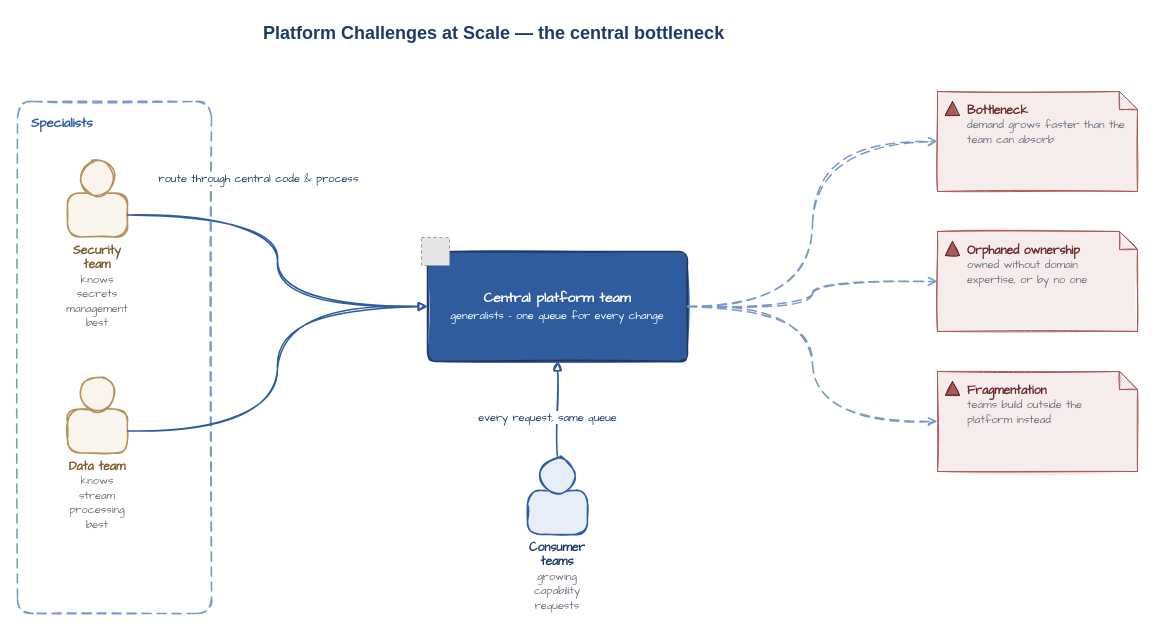
Earlier version of the draw.io diagram page "Platform Challenges at Scale — the central bottleneck" (1 of 14) of diagrams/pcf-community-draft.drawio (missBerg/platform-capabilities). Source tidied: cells renumbered, new cells numbered last; positions are measured from the earlier drawing's top-left corner, leaving out a move shared by most shapes. Both pictures are drawn from the tidied source at 100%, with x=0, y=0 at pixel (17, 17). Pictures stored in the file or linked from it are replaced by grey dashed boxes.
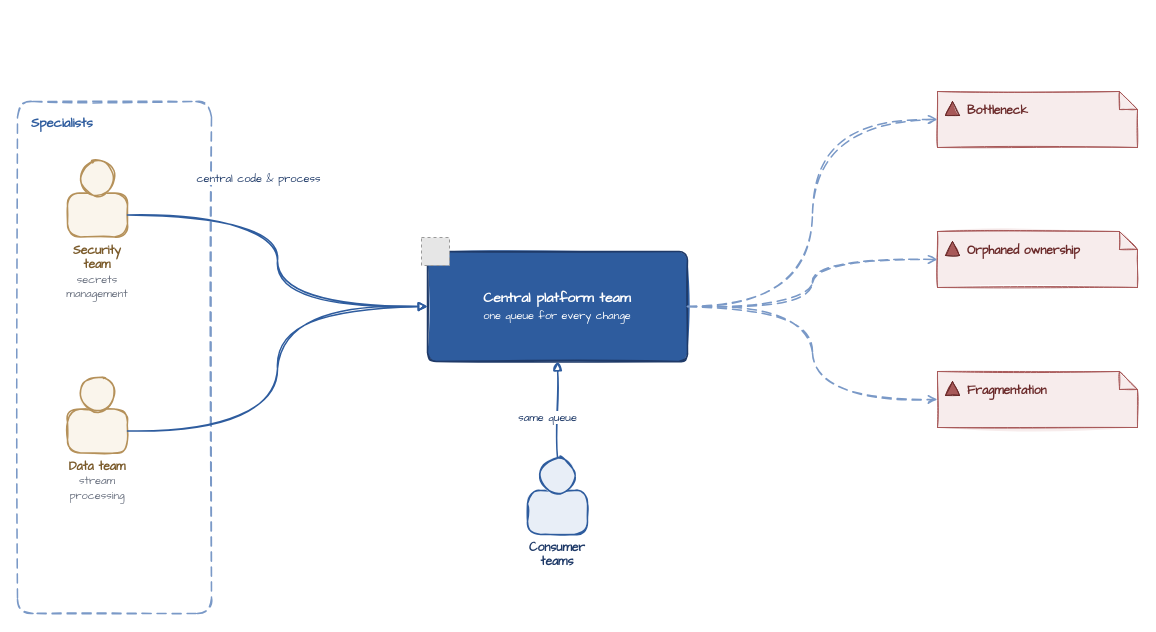
Above is the later version.

What changed in the source:
```diff
@@
-    <mxCell id="2" value="Platform Challenges at Scale — the central bottleneck" style="text;html=1;align=left;verticalAlign=middle;whiteSpace=wrap;rounded=0;fontColor=#1F3A68;fontFamily=Helvetica;fontSize=18;fontStyle=1;spacingLeft=4;" parent="1" vertex="1">
-      <mxGeometry x="240" width="580" height="32" as="geometry" />
-    </mxCell>
@@
-    <mxCell id="4" value="&lt;b&gt;Security team&lt;/b&gt;&lt;br&gt;&lt;font style=&quot;font-size: 11px&quot; color=&quot;#6B7280&quot;&gt;knows secrets management best&lt;/font&gt;" style="rounded=1;whiteSpace=wrap;html=1;arcSize=30;fillColor=#FAF5EC;strokeColor=#B5915A;strokeWidth=1.5;fontColor=#7A5A2A;fontFamily=Comic Sans MS;fontSize=12;verticalLabelPosition=bottom;verticalAlign=top;labelPosition=center;align=center;shadow=0;sketch=1;fillStyle=solid;" parent="1" vertex="1">
+    <mxCell id="4" value="&lt;b&gt;Security team&lt;/b&gt;&lt;br&gt;&lt;font style=&quot;font-size: 11px&quot; color=&quot;#6B7280&quot;&gt;secrets management&lt;/font&gt;" style="rounded=1;whiteSpace=wrap;html=1;arcSize=30;fillColor=#FAF5EC;strokeColor=#B5915A;strokeWidth=1.5;fontColor=#7A5A2A;fontFamily=Comic Sans MS;fontSize=12;verticalLabelPosition=bottom;verticalAlign=top;labelPosition=center;align=center;shadow=0;sketch=1;fillStyle=solid;" parent="1" vertex="1">
       <mxGeometry x="50" y="175.5" width="60" height="44" as="geometry" />
     </mxCell>
@@
-    <mxCell id="6" value="&lt;b&gt;Data team&lt;/b&gt;&lt;br&gt;&lt;font style=&quot;font-size: 11px&quot; color=&quot;#6B7280&quot;&gt;knows stream processing best&lt;/font&gt;" style="rounded=1;whiteSpace=wrap;html=1;arcSize=30;fillColor=#FAF5EC;strokeColor=#B5915A;strokeWidth=1.5;fontColor=#7A5A2A;fontFamily=Comic Sans MS;fontSize=12;verticalLabelPosition=bottom;verticalAlign=top;labelPosition=center;align=center;shadow=0;sketch=1;fillStyle=solid;" parent="1" vertex="1">
+    <mxCell id="6" value="&lt;b&gt;Data team&lt;/b&gt;&lt;br&gt;&lt;font style=&quot;font-size: 11px&quot; color=&quot;#6B7280&quot;&gt;stream processing&lt;/font&gt;" style="rounded=1;whiteSpace=wrap;html=1;arcSize=30;fillColor=#FAF5EC;strokeColor=#B5915A;strokeWidth=1.5;fontColor=#7A5A2A;fontFamily=Comic Sans MS;fontSize=12;verticalLabelPosition=bottom;verticalAlign=top;labelPosition=center;align=center;shadow=0;sketch=1;fillStyle=solid;" parent="1" vertex="1">
       <mxGeometry x="50" y="391.5" width="60" height="44" as="geometry" />
     </mxCell>
@@
-    <mxCell id="8" value="&lt;b&gt;Consumer teams&lt;/b&gt;&lt;br&gt;&lt;font style=&quot;font-size: 11px&quot; color=&quot;#6B7280&quot;&gt;growing capability requests&lt;/font&gt;" style="rounded=1;whiteSpace=wrap;html=1;arcSize=30;fillColor=#E8EEF7;strokeColor=#2E5C9E;strokeWidth=1.5;fontColor=#1F3A68;fontFamily=Comic Sans MS;fontSize=12;verticalLabelPosition=bottom;verticalAlign=top;labelPosition=center;align=center;shadow=0;sketch=1;fillStyle=solid;" parent="1" vertex="1">
+    <mxCell id="8" value="&lt;b&gt;Consumer teams&lt;/b&gt;" style="rounded=1;whiteSpace=wrap;html=1;arcSize=30;fillColor=#E8EEF7;strokeColor=#2E5C9E;strokeWidth=1.5;fontColor=#1F3A68;fontFamily=Comic Sans MS;fontSize=12;verticalLabelPosition=bottom;verticalAlign=top;labelPosition=center;align=center;shadow=0;sketch=1;fillStyle=solid;" parent="1" vertex="1">
       <mxGeometry x="510" y="473" width="60" height="44" as="geometry" />
     </mxCell>
@@
-    <mxCell id="10" value="&lt;font style=&quot;color: rgb(255, 255, 255);&quot;&gt;&lt;b&gt;Central platform team&lt;/b&gt;&lt;br&gt;&lt;font style=&quot;font-size: 11px;&quot;&gt;generalists - one queue for every change&lt;/font&gt;&lt;/font&gt;" style="rounded=1;whiteSpace=wrap;html=1;arcSize=8;fillColor=#2E5C9E;strokeColor=#1F3A68;strokeWidth=1.5;fontColor=#FFFFFF;fontFamily=Comic Sans MS;fontSize=14;align=center;verticalAlign=middle;shadow=0;sketch=1;fillStyle=solid;" parent="1" vertex="1">
+    <mxCell id="10" value="&lt;font style=&quot;color: rgb(255, 255, 255);&quot;&gt;&lt;b&gt;Central platform team&lt;/b&gt;&lt;br&gt;&lt;font style=&quot;font-size: 11px;&quot;&gt;one queue for every change&lt;/font&gt;" style="rounded=1;whiteSpace=wrap;html=1;arcSize=8;fillColor=#2E5C9E;strokeColor=#1F3A68;strokeWidth=1.5;fontColor=#FFFFFF;fontFamily=Comic Sans MS;fontSize=14;align=center;verticalAlign=middle;shadow=0;sketch=1;fillStyle=solid;" parent="1" vertex="1">
       <mxGeometry x="410" y="234" width="260" height="110" as="geometry" />
     </mxCell>
@@
-    <mxCell id="12" value="&lt;b&gt;Bottleneck&lt;/b&gt;&lt;br&gt;&lt;font style=&quot;font-size: 11px&quot; color=&quot;#6B7280&quot;&gt;demand grows faster than the team can absorb&lt;/font&gt;" style="shape=note;whiteSpace=wrap;html=1;backgroundOutline=1;fillColor=#F7ECEC;strokeColor=#A85959;strokeWidth=1;fontColor=#6B2A2A;fontFamily=Comic Sans MS;fontSize=12;align=left;verticalAlign=top;spacingLeft=28;spacingTop=6;spacingRight=8;shadow=0;size=18;sketch=1;fillStyle=solid;" parent="1" vertex="1">
-      <mxGeometry x="920" y="74" width="200" height="100" as="geometry" />
+    <mxCell id="12" value="&lt;b&gt;Bottleneck&lt;/b&gt;" style="shape=note;whiteSpace=wrap;html=1;backgroundOutline=1;fillColor=#F7ECEC;strokeColor=#A85959;strokeWidth=1;fontColor=#6B2A2A;fontFamily=Comic Sans MS;fontSize=12;align=left;verticalAlign=top;spacingLeft=28;spacingTop=6;spacingRight=8;shadow=0;size=18;sketch=1;fillStyle=solid;" parent="1" vertex="1">
+      <mxGeometry x="920" y="74" width="200" height="56" as="geometry" />
     </mxCell>
@@
-    <mxCell id="14" value="&lt;b&gt;Orphaned ownership&lt;/b&gt;&lt;br&gt;&lt;font style=&quot;font-size: 11px&quot; color=&quot;#6B7280&quot;&gt;owned without domain expertise, or by no one&lt;/font&gt;" style="shape=note;whiteSpace=wrap;html=1;backgroundOutline=1;fillColor=#F7ECEC;strokeColor=#A85959;strokeWidth=1;fontColor=#6B2A2A;fontFamily=Comic Sans MS;fontSize=12;align=left;verticalAlign=top;spacingLeft=28;spacingTop=6;spacingRight=8;shadow=0;size=18;sketch=1;fillStyle=solid;" parent="1" vertex="1">
-      <mxGeometry x="920" y="214" width="200" height="100" as="geometry" />
+    <mxCell id="14" value="&lt;b&gt;Orphaned ownership&lt;/b&gt;" style="shape=note;whiteSpace=wrap;html=1;backgroundOutline=1;fillColor=#F7ECEC;strokeColor=#A85959;strokeWidth=1;fontColor=#6B2A2A;fontFamily=Comic Sans MS;fontSize=12;align=left;verticalAlign=top;spacingLeft=28;spacingTop=6;spacingRight=8;shadow=0;size=18;sketch=1;fillStyle=solid;" parent="1" vertex="1">
+      <mxGeometry x="920" y="214" width="200" height="56" as="geometry" />
     </mxCell>
@@
-    <mxCell id="16" value="&lt;b&gt;Fragmentation&lt;/b&gt;&lt;br&gt;&lt;font style=&quot;font-size: 11px&quot; color=&quot;#6B7280&quot;&gt;teams build outside the platform instead&lt;/font&gt;" style="shape=note;whiteSpace=wrap;html=1;backgroundOutline=1;fillColor=#F7ECEC;strokeColor=#A85959;strokeWidth=1;fontColor=#6B2A2A;fontFamily=Comic Sans MS;fontSize=12;align=left;verticalAlign=top;spacingLeft=28;spacingTop=6;spacingRight=8;shadow=0;size=18;sketch=1;fillStyle=solid;" parent="1" vertex="1">
-      <mxGeometry x="920" y="354" width="200" height="100" as="geometry" />
+    <mxCell id="16" value="&lt;b&gt;Fragmentation&lt;/b&gt;" style="shape=note;whiteSpace=wrap;html=1;backgroundOutline=1;fillColor=#F7ECEC;strokeColor=#A85959;strokeWidth=1;fontColor=#6B2A2A;fontFamily=Comic Sans MS;fontSize=12;align=left;verticalAlign=top;spacingLeft=28;spacingTop=6;spacingRight=8;shadow=0;size=18;sketch=1;fillStyle=solid;" parent="1" vertex="1">
+      <mxGeometry x="920" y="354" width="200" height="56" as="geometry" />
     </mxCell>
@@
-    <mxCell id="18" value="route through central code &amp;amp; process" style="edgeStyle=orthogonalEdgeStyle;endArrow=block;html=1;rounded=0;strokeColor=#2E5C9E;strokeWidth=1.5;fontColor=#1F3A68;fontFamily=Comic Sans MS;fontSize=11;endFill=1;sketch=1;sketch=1;curveFitting=1;jiggle=2;curved=1;entryX=0;entryY=0.5;entryDx=0;entryDy=0;" parent="1" edge="1" source="4" target="10">
+    <mxCell id="18" value="central code &amp; process" style="edgeStyle=orthogonalEdgeStyle;endArrow=block;html=1;rounded=0;strokeColor=#2E5C9E;strokeWidth=1.5;fontColor=#1F3A68;fontFamily=Comic Sans MS;fontSize=11;endFill=1;sketch=1;sketch=1;curveFitting=1;jiggle=2;curved=1;entryX=0;entryY=0.5;entryDx=0;entryDy=0;" parent="1" edge="1" source="4" target="10">
       <mxGeometry x="-0.28" y="20" relative="1" as="geometry">
         <mxPoint x="-10" y="-17" as="offset" />
       </mxGeometry>
     </mxCell>
@@
-    <mxCell id="20" value="every request, same queue" style="edgeStyle=orthogonalEdgeStyle;endArrow=block;html=1;rounded=0;strokeColor=#2E5C9E;strokeWidth=1.5;fontColor=#1F3A68;fontFamily=Comic Sans MS;fontSize=11;endFill=1;sketch=1;sketch=1;curveFitting=1;jiggle=2;curved=1;" parent="1" edge="1" target="10">
+    <mxCell id="20" value="same queue" style="edgeStyle=orthogonalEdgeStyle;endArrow=block;html=1;rounded=0;strokeColor=#2E5C9E;strokeWidth=1.5;fontColor=#1F3A68;fontFamily=Comic Sans MS;fontSize=11;endFill=1;sketch=1;sketch=1;curveFitting=1;jiggle=2;curved=1;" parent="1" edge="1" target="10">
       <mxGeometry x="-0.17" y="10" relative="1" as="geometry">
         <mxPoint x="540" y="440" as="sourcePoint" />
       </mxGeometry>
     </mxCell>
```
